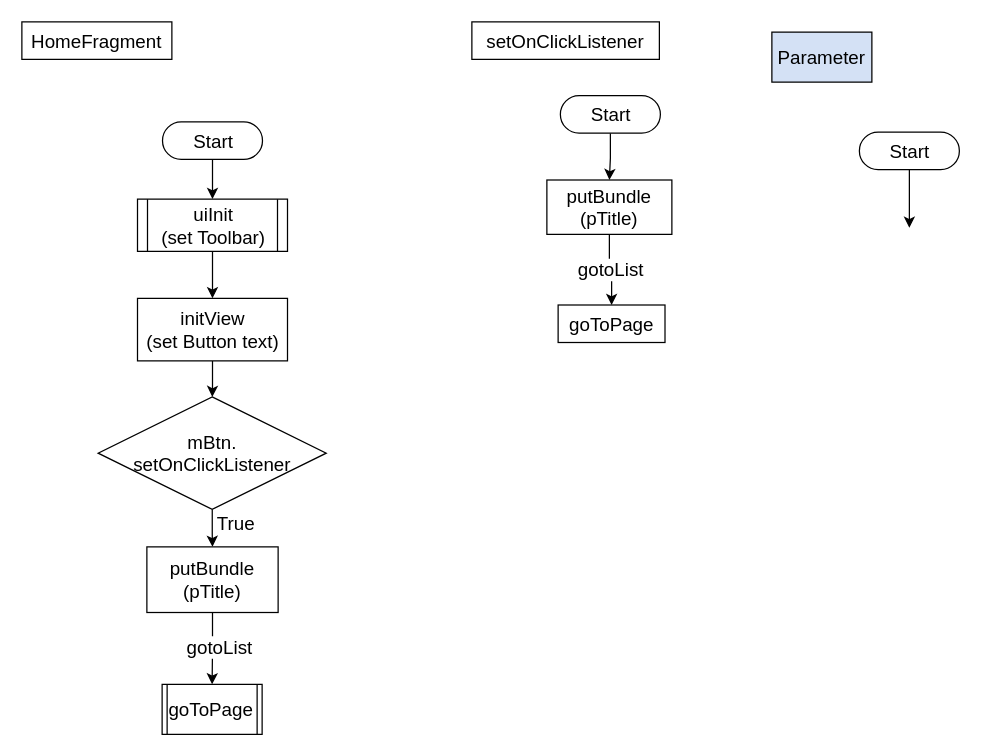
Earlier version of the draw.io diagram page "HomeFragment" (5 of 13) of 一般流程.drawio (ccckyc/draw). Source tidied: cells renumbered, new cells numbered last; positions are measured from the earlier drawing's top-left corner, leaving out a move shared by most shapes. Both pictures are drawn from the tidied source at 125%, with x=0, y=0 at pixel (21, 21).
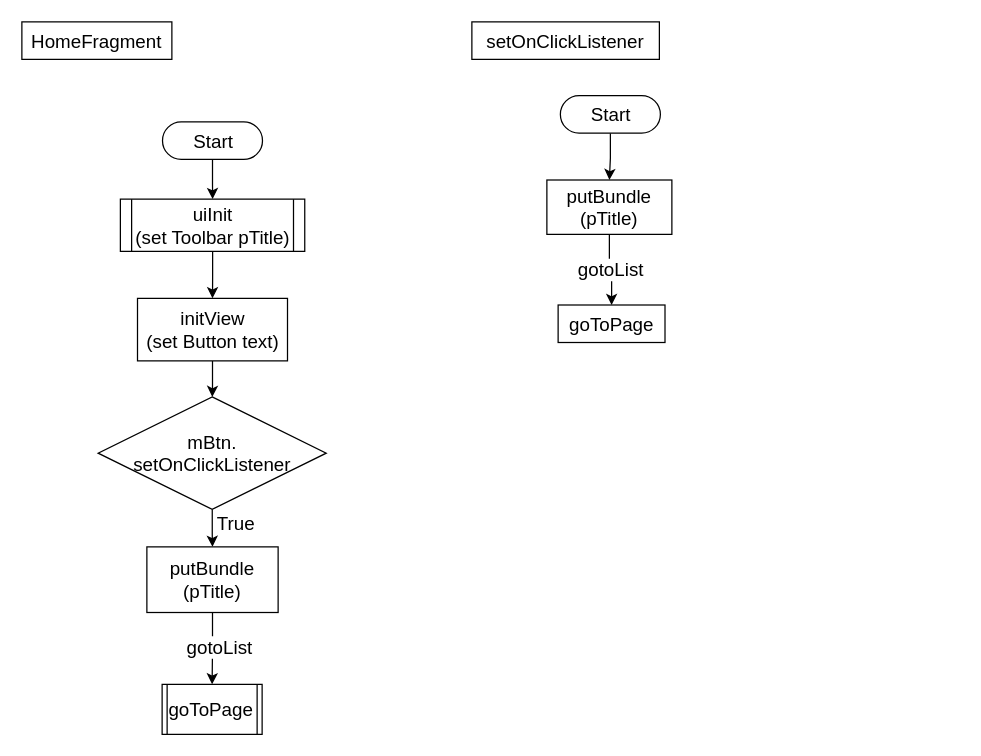
The same page after the edit.

Diff of the diagram source:
```diff
@@
-    <mxCell id="12" value="Parameter" style="whiteSpace=wrap;html=1;fontSize=15;dashed=0;fontStyle=0;fontFamily=Helvetica;fillColor=#D4E1F5;" parent="1" vertex="1">
-      <mxGeometry x="600" y="8.2" width="80" height="40" as="geometry" />
-    </mxCell>
-    <mxCell id="13" style="edgeStyle=orthogonalEdgeStyle;rounded=0;jettySize=auto;html=1;fontSize=15;fontFamily=Helvetica;fontStyle=0;" parent="1" edge="1" source="14">
-      <mxGeometry relative="1" as="geometry">
-        <mxPoint x="710" y="164.8" as="targetPoint" />
-      </mxGeometry>
-    </mxCell>
-    <mxCell id="14" value="Start" style="html=1;dashed=0;whitespace=wrap;shape=mxgraph.dfd.start;fontStyle=0;fontSize=15;fontFamily=Helvetica;" parent="1" vertex="1">
-      <mxGeometry x="670" y="88.2" width="80" height="30" as="geometry" />
-    </mxCell>
-    <mxCell id="15" value="&lt;span&gt;uiInit&lt;br&gt;(set Toolbar)&lt;br&gt;&lt;/span&gt;" style="shape=process;whiteSpace=wrap;html=1;backgroundOutline=1;labelBackgroundColor=none;labelBorderColor=none;fontFamily=Helvetica;fontSize=15;fontColor=#000000;strokeWidth=1;fillColor=#FFFFFF;gradientColor=none;size=0.0625;" parent="1" vertex="1">
-      <mxGeometry x="92.5" y="141.8" width="120" height="41.8" as="geometry" />
+    <mxCell id="15" value="&lt;span&gt;uiInit&lt;br&gt;(set Toolbar&amp;nbsp;&lt;/span&gt;pTitle&lt;span&gt;)&lt;br&gt;&lt;/span&gt;" style="shape=process;whiteSpace=wrap;html=1;backgroundOutline=1;labelBackgroundColor=none;labelBorderColor=none;fontFamily=Helvetica;fontSize=15;fontColor=#000000;strokeWidth=1;fillColor=#FFFFFF;gradientColor=none;size=0.0625;" parent="1" vertex="1">
+      <mxGeometry x="78.8" y="141.8" width="147.5" height="41.8" as="geometry" />
     </mxCell>
```
